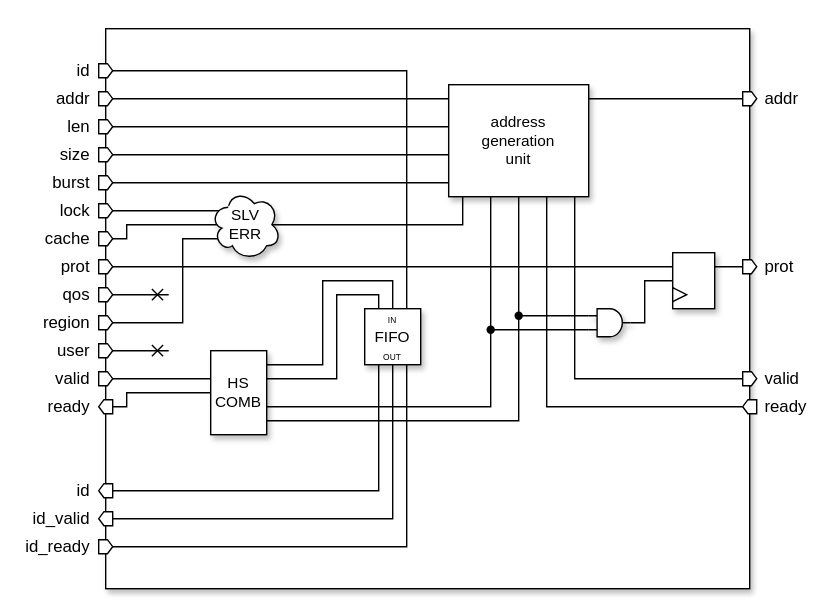
Before: document/adn_axi_to_axil_des.svg, a diagram exported from draw.io (ADN-VLSI/adn_axi). Source tidied: cells renumbered, new cells last; positions are measured from the earlier drawing's top-left corner, leaving out a move shared by most shapes.
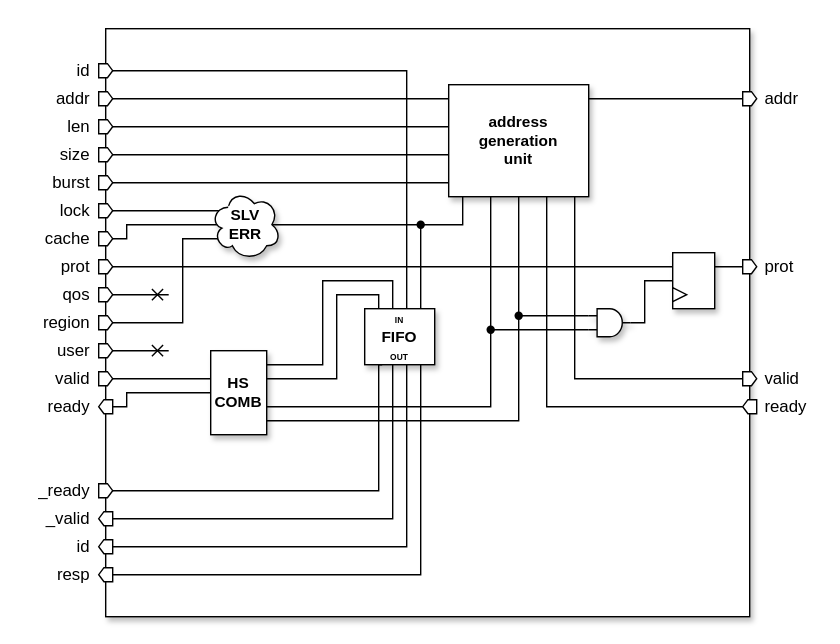
After the commit.

The edit, as a diff of the source:
```diff
@@ -3,10 +3,10 @@
     <mxCell id="0" />
     <mxCell id="1" parent="0" />
     <mxCell id="2" style="whiteSpace=wrap;html=1;strokeColor=none;" parent="1" vertex="1">
-      <mxGeometry width="600" height="440" as="geometry" />
+      <mxGeometry width="600" height="460" as="geometry" />
     </mxCell>
     <mxCell id="3" style="whiteSpace=wrap;html=1;fontFamily=Helvetica;fontSize=11;fontColor=default;labelBackgroundColor=default;shadow=1;" parent="1" vertex="1">
-      <mxGeometry x="75" y="20" width="460" height="400" as="geometry" />
+      <mxGeometry x="75" y="20" width="460" height="420" as="geometry" />
     </mxCell>
     <mxCell id="4" value="id" style="shape=offPageConnector;whiteSpace=wrap;html=1;direction=north;align=right;spacing=16;" parent="1" vertex="1">
       <mxGeometry x="70" y="45" width="10" height="10" as="geometry" />
@@ -151,7 +151,7 @@
         <mxPoint x="120" y="210" as="targetPoint" />
       </mxGeometry>
     </mxCell>
-    <mxCell id="36" value="address&lt;div&gt;generation&lt;/div&gt;&lt;div&gt;unit&lt;/div&gt;" style="whiteSpace=wrap;html=1;fontFamily=Helvetica;fontSize=11;fontColor=default;labelBackgroundColor=default;shadow=1;" parent="1" vertex="1">
+    <mxCell id="36" value="address&lt;div&gt;generation&lt;/div&gt;&lt;div&gt;unit&lt;/div&gt;" style="whiteSpace=wrap;html=1;fontFamily=Helvetica;fontSize=11;fontColor=default;labelBackgroundColor=default;shadow=1;fontStyle=1;" parent="1" vertex="1">
       <mxGeometry x="320" y="60" width="100" height="80" as="geometry" />
     </mxCell>
     <mxCell id="37" style="group;shadow=0;" parent="1" vertex="1">
@@ -202,7 +202,7 @@
     <mxCell id="47" style="edgeStyle=none;shape=connector;curved=0;rounded=0;html=1;entryX=0;entryY=0.75;entryDx=0;entryDy=0;entryPerimeter=0;strokeColor=default;align=center;verticalAlign=middle;fontFamily=Helvetica;fontSize=11;fontColor=default;labelBackgroundColor=default;endArrow=none;endFill=0;" parent="1" edge="1" source="45" target="41">
       <mxGeometry relative="1" as="geometry" />
     </mxCell>
-    <mxCell id="48" value="SLV&lt;div&gt;ERR&lt;/div&gt;" style="ellipse;shape=cloud;whiteSpace=wrap;html=1;fontFamily=Helvetica;fontSize=11;fontColor=default;labelBackgroundColor=default;shadow=1;" parent="1" vertex="1">
+    <mxCell id="48" value="SLV&lt;div&gt;ERR&lt;/div&gt;" style="ellipse;shape=cloud;whiteSpace=wrap;html=1;fontFamily=Helvetica;fontSize=11;fontColor=default;labelBackgroundColor=default;shadow=1;fontStyle=1;" parent="1" vertex="1">
       <mxGeometry x="150" y="135" width="50" height="50" as="geometry" />
     </mxCell>
     <mxCell id="49" style="edgeStyle=orthogonalEdgeStyle;shape=connector;rounded=0;html=1;entryX=0.5;entryY=1;entryDx=0;entryDy=0;strokeColor=default;align=center;verticalAlign=middle;fontFamily=Helvetica;fontSize=11;fontColor=default;labelBackgroundColor=default;endArrow=none;endFill=0;" parent="1" edge="1" source="50" target="4">
@@ -213,7 +213,7 @@
         </Array>
       </mxGeometry>
     </mxCell>
-    <mxCell id="50" value="id_ready" style="shape=offPageConnector;whiteSpace=wrap;html=1;direction=north;align=right;spacing=16;" parent="1" vertex="1">
+    <mxCell id="50" value="id" style="shape=offPageConnector;whiteSpace=wrap;html=1;direction=south;align=right;spacing=16;" parent="1" vertex="1">
       <mxGeometry x="70" y="385" width="10" height="10" as="geometry" />
     </mxCell>
     <mxCell id="51" style="edgeStyle=orthogonalEdgeStyle;shape=connector;rounded=0;html=1;strokeColor=default;align=center;verticalAlign=middle;fontFamily=Helvetica;fontSize=11;fontColor=default;labelBackgroundColor=default;endArrow=none;endFill=0;entryX=0.5;entryY=0;entryDx=0;entryDy=0;" parent="1" edge="1" source="53" target="60">
@@ -230,9 +230,6 @@
         </Array>
       </mxGeometry>
     </mxCell>
-    <mxCell id="53" value="&lt;div&gt;&lt;font style=&quot;font-size: 6px;&quot;&gt;IN&lt;/font&gt;&lt;/div&gt;&lt;span&gt;FIFO&lt;/span&gt;&lt;div&gt;&lt;font style=&quot;font-size: 6px;&quot;&gt;OUT&lt;/font&gt;&lt;/div&gt;" style="rounded=0;whiteSpace=wrap;html=1;fontFamily=Helvetica;fontSize=11;fontColor=default;labelBackgroundColor=none;shadow=1;" parent="1" vertex="1">
-      <mxGeometry x="260" y="220" width="40" height="40" as="geometry" />
-    </mxCell>
     <mxCell id="54" style="edgeStyle=none;jettySize=auto;html=1;rounded=0;strokeColor=default;align=center;verticalAlign=middle;fontFamily=Helvetica;fontSize=11;fontColor=default;labelBackgroundColor=default;endArrow=none;endFill=0;" parent="1" edge="1" source="45">
       <mxGeometry relative="1" as="geometry">
         <mxPoint x="350" y="140" as="targetPoint" />
@@ -265,14 +262,30 @@
         </Array>
       </mxGeometry>
     </mxCell>
-    <mxCell id="58" value="HS&lt;div&gt;COMB&lt;/div&gt;" style="rounded=0;whiteSpace=wrap;html=1;fontFamily=Helvetica;fontSize=11;fontColor=default;labelBackgroundColor=default;shadow=1;" parent="1" vertex="1">
+    <mxCell id="58" value="HS&lt;div&gt;COMB&lt;/div&gt;" style="rounded=0;whiteSpace=wrap;html=1;fontFamily=Helvetica;fontSize=11;fontColor=default;labelBackgroundColor=default;shadow=1;fontStyle=1;" parent="1" vertex="1">
       <mxGeometry x="150" y="250" width="40" height="60" as="geometry" />
     </mxCell>
-    <mxCell id="59" value="id" style="shape=offPageConnector;whiteSpace=wrap;html=1;direction=south;align=right;spacing=16;" parent="1" vertex="1">
+    <mxCell id="59" value="_ready" style="shape=offPageConnector;whiteSpace=wrap;html=1;direction=north;align=right;spacing=16;" parent="1" vertex="1">
       <mxGeometry x="70" y="345" width="10" height="10" as="geometry" />
     </mxCell>
-    <mxCell id="60" value="id_valid" style="shape=offPageConnector;whiteSpace=wrap;html=1;direction=south;align=right;spacing=16;" parent="1" vertex="1">
+    <mxCell id="60" value="_valid" style="shape=offPageConnector;whiteSpace=wrap;html=1;direction=south;align=right;spacing=16;" parent="1" vertex="1">
       <mxGeometry x="70" y="365" width="10" height="10" as="geometry" />
     </mxCell>
+    <mxCell id="61" value="resp" style="shape=offPageConnector;whiteSpace=wrap;html=1;direction=south;align=right;spacing=16;" parent="1" vertex="1">
+      <mxGeometry x="70" y="405" width="10" height="10" as="geometry" />
+    </mxCell>
+    <mxCell id="62" style="edgeStyle=orthogonalEdgeStyle;html=1;entryX=0.5;entryY=0;entryDx=0;entryDy=0;endArrow=none;endFill=0;rounded=0;" parent="1" edge="1" source="63" target="61">
+      <mxGeometry relative="1" as="geometry">
+        <Array as="points">
+          <mxPoint x="300" y="410" />
+        </Array>
+      </mxGeometry>
+    </mxCell>
+    <mxCell id="63" style="shape=waypoint;sketch=0;size=6;points=[];fillColor=none;perimeter=centerPerimeter;snapToPoint=1;fontFamily=Helvetica;fontSize=11;fontColor=default;labelBackgroundColor=default;" parent="1" vertex="1">
+      <mxGeometry x="290" y="150" width="20" height="20" as="geometry" />
+    </mxCell>
+    <mxCell id="53" value="&lt;div&gt;&lt;font style=&quot;font-size: 6px;&quot;&gt;IN&lt;/font&gt;&lt;/div&gt;&lt;span&gt;FIFO&lt;/span&gt;&lt;div&gt;&lt;font style=&quot;font-size: 6px;&quot;&gt;OUT&lt;/font&gt;&lt;/div&gt;" style="rounded=0;whiteSpace=wrap;html=1;fontFamily=Helvetica;fontSize=11;fontColor=default;labelBackgroundColor=none;shadow=1;fontStyle=1;" parent="1" vertex="1">
+      <mxGeometry x="260" y="220" width="50" height="40" as="geometry" />
+    </mxCell>
   </root>
 </mxGraphModel>
```
